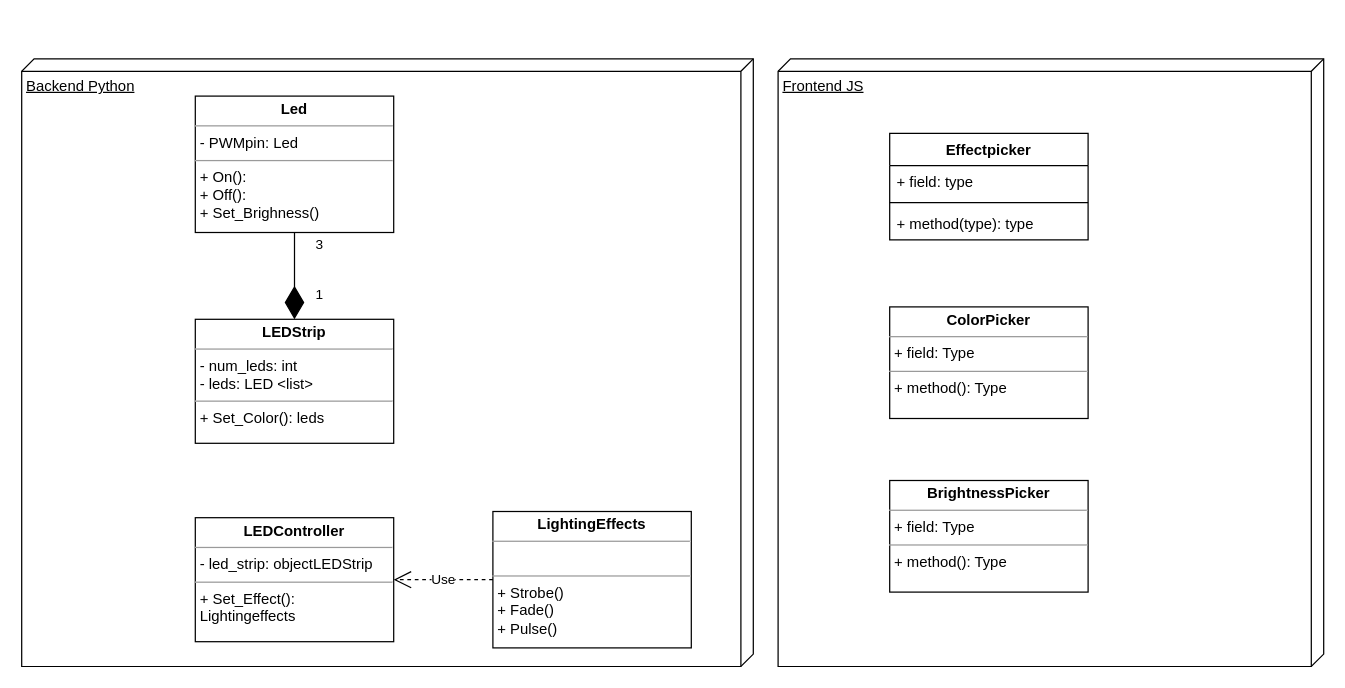
Above: uml_diagrams/Untitled Diagram.drawio in Phaneron97/smartLedstrip (draw.io), before the change. Source tidied: cells renumbered, new cells numbered last; positions are measured from the earlier drawing's top-left corner, leaving out a move shared by most shapes. Both pictures are drawn from the tidied source at 124%, with x=0, y=0 at pixel (21, 58).
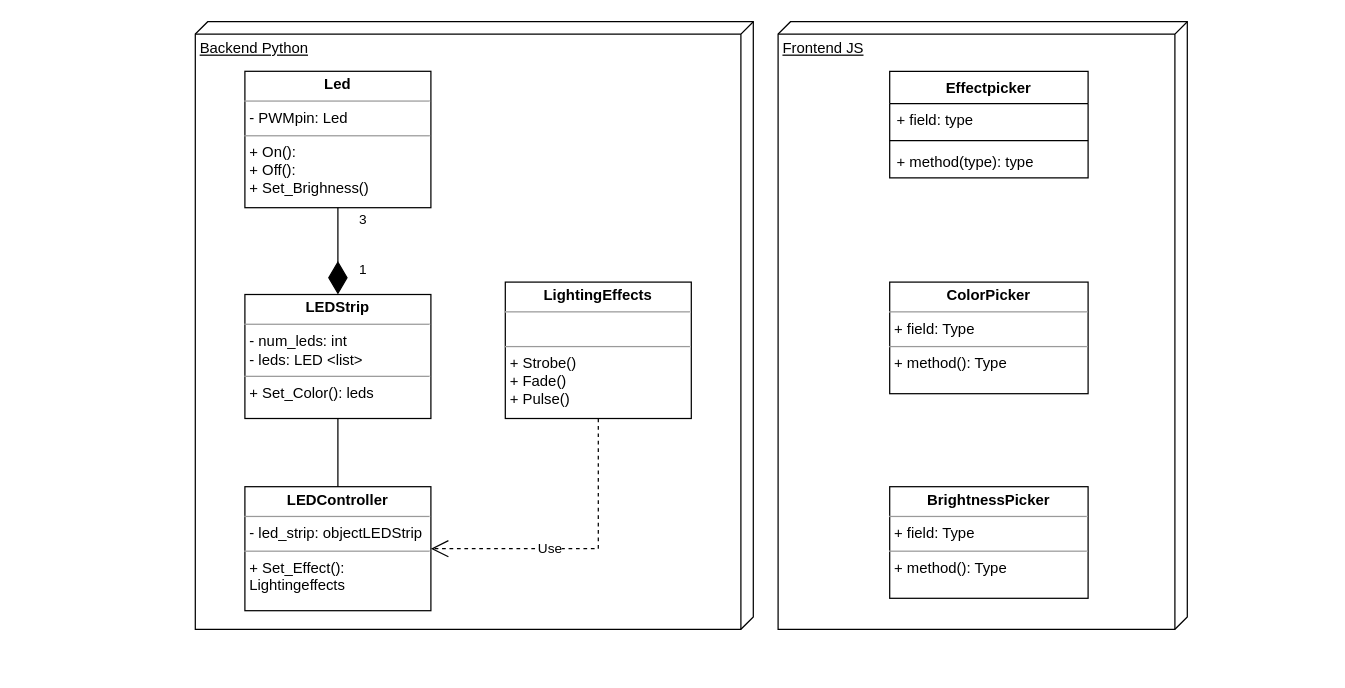
The same diagram, later.

Diff of the diagram source:
```diff
@@
 <mxGraphModel>
   <root>
     <mxCell id="0" />
     <mxCell id="1" parent="0" />
     <mxCell id="2" value="Frontend JS" style="verticalAlign=top;align=left;spacingTop=8;spacingLeft=2;spacingRight=12;shape=cube;size=10;direction=south;fontStyle=4;html=1;whiteSpace=wrap;" parent="1" vertex="1">
-      <mxGeometry x="610" width="440" height="490" as="geometry" />
+      <mxGeometry x="610" y="-30" width="330" height="490" as="geometry" />
     </mxCell>
     <mxCell id="3" value="Backend Python" style="verticalAlign=top;align=left;spacingTop=8;spacingLeft=2;spacingRight=12;shape=cube;size=10;direction=south;fontStyle=4;html=1;whiteSpace=wrap;" parent="1" vertex="1">
-      <mxGeometry width="590" height="490" as="geometry" />
+      <mxGeometry x="140" y="-30" width="450" height="490" as="geometry" />
     </mxCell>
     <mxCell id="4" value="&lt;p style=&quot;margin:0px;margin-top:4px;text-align:center;&quot;&gt;&lt;b&gt;Led&lt;/b&gt;&lt;/p&gt;&lt;hr size=&quot;1&quot;&gt;&lt;p style=&quot;margin:0px;margin-left:4px;&quot;&gt;- PWMpin: Led&lt;br&gt;&lt;/p&gt;&lt;hr size=&quot;1&quot;&gt;&lt;p style=&quot;margin:0px;margin-left:4px;&quot;&gt;+ On(): &lt;br&gt;&lt;/p&gt;&lt;p style=&quot;margin:0px;margin-left:4px;&quot;&gt;+ Off():&lt;/p&gt;&lt;p style=&quot;margin:0px;margin-left:4px;&quot;&gt;+ Set_Brighness()&lt;br&gt;&lt;/p&gt;" style="verticalAlign=top;align=left;overflow=fill;fontSize=12;fontFamily=Helvetica;html=1;whiteSpace=wrap;" parent="1" vertex="1">
-      <mxGeometry x="140" y="30" width="160" height="110" as="geometry" />
+      <mxGeometry x="180" y="10" width="150" height="110" as="geometry" />
     </mxCell>
     <mxCell id="5" value="&lt;p style=&quot;margin:0px;margin-top:4px;text-align:center;&quot;&gt;&lt;b&gt;LEDStrip&lt;/b&gt;&lt;/p&gt;&lt;hr size=&quot;1&quot;&gt;&lt;p style=&quot;margin:0px;margin-left:4px;&quot;&gt;- num_leds: int&lt;/p&gt;&lt;p style=&quot;margin:0px;margin-left:4px;&quot;&gt;- leds: LED &amp;lt;list&amp;gt;&lt;br&gt;&lt;/p&gt;&lt;hr size=&quot;1&quot;&gt;&lt;p style=&quot;margin:0px;margin-left:4px;&quot;&gt;+ Set_Color(): leds&lt;br&gt;&lt;/p&gt;" style="verticalAlign=top;align=left;overflow=fill;fontSize=12;fontFamily=Helvetica;html=1;whiteSpace=wrap;" parent="1" vertex="1">
-      <mxGeometry x="140" y="210" width="160" height="100" as="geometry" />
+      <mxGeometry x="180" y="190" width="150" height="100" as="geometry" />
     </mxCell>
     <mxCell id="6" value="&lt;p style=&quot;margin:0px;margin-top:4px;text-align:center;&quot;&gt;&lt;b&gt;LEDController&lt;/b&gt;&lt;/p&gt;&lt;hr size=&quot;1&quot;&gt;&lt;p style=&quot;margin:0px;margin-left:4px;&quot;&gt;- led_strip: objectLEDStrip&lt;br&gt;&lt;/p&gt;&lt;hr size=&quot;1&quot;&gt;&lt;p style=&quot;margin:0px;margin-left:4px;&quot;&gt;+ Set_Effect(): Lightingeffects&lt;/p&gt;&lt;p style=&quot;margin:0px;margin-left:4px;&quot;&gt;&lt;br&gt;&lt;/p&gt;" style="verticalAlign=top;align=left;overflow=fill;fontSize=12;fontFamily=Helvetica;html=1;whiteSpace=wrap;" parent="1" vertex="1">
-      <mxGeometry x="140" y="370" width="160" height="100" as="geometry" />
+      <mxGeometry x="180" y="345" width="150" height="100" as="geometry" />
     </mxCell>
     <mxCell id="7" value="&lt;p style=&quot;margin:0px;margin-top:4px;text-align:center;&quot;&gt;&lt;b&gt;LightingEffects&lt;/b&gt;&lt;/p&gt;&lt;hr size=&quot;1&quot;&gt;&lt;p style=&quot;margin:0px;margin-left:4px;&quot;&gt;&lt;br&gt;&lt;/p&gt;&lt;hr size=&quot;1&quot;&gt;&lt;p style=&quot;margin:0px;margin-left:4px;&quot;&gt;+ Strobe()&lt;/p&gt;&lt;p style=&quot;margin:0px;margin-left:4px;&quot;&gt;+ Fade()&lt;/p&gt;&lt;p style=&quot;margin:0px;margin-left:4px;&quot;&gt;+ Pulse()&lt;br&gt;&lt;/p&gt;" style="verticalAlign=top;align=left;overflow=fill;fontSize=12;fontFamily=Helvetica;html=1;whiteSpace=wrap;" parent="1" vertex="1">
-      <mxGeometry x="380" y="365" width="160" height="110" as="geometry" />
+      <mxGeometry x="390" y="180" width="150" height="110" as="geometry" />
     </mxCell>
     <mxCell id="8" value="&lt;div&gt;3&lt;/div&gt;&lt;div&gt;&lt;br&gt;&lt;/div&gt;&lt;div&gt;&lt;br&gt;&lt;/div&gt;&lt;div&gt;1&lt;br&gt;&lt;/div&gt;" style="endArrow=diamondThin;endFill=1;endSize=24;html=1;rounded=0;entryX=0.5;entryY=0;entryDx=0;entryDy=0;exitX=0.5;exitY=1;exitDx=0;exitDy=0;" parent="1" edge="1" source="4" target="5">
       <mxGeometry x="-0.14" y="20" relative="1" as="geometry" />
     </mxCell>
-    <mxCell id="9" value="Use" style="endArrow=open;endSize=12;dashed=1;html=1;rounded=0;exitX=0;exitY=0.5;exitDx=0;exitDy=0;entryX=1;entryY=0.5;entryDx=0;entryDy=0;" parent="1" edge="1" source="7" target="6">
-      <mxGeometry relative="1" as="geometry" />
-    </mxCell>
     <mxCell id="10" value="Effectpicker" style="swimlane;fontStyle=1;align=center;verticalAlign=top;horizontal=1;startSize=26;whiteSpace=wrap;html=1;" parent="1" vertex="1">
-      <mxGeometry x="700" y="60" width="160" height="86" as="geometry" />
+      <mxGeometry x="700" y="10" width="160" height="86" as="geometry" />
     </mxCell>
     <mxCell id="11" value="+ field: type" style="text;strokeColor=none;fillColor=none;align=left;verticalAlign=top;spacingLeft=4;spacingRight=4;overflow=hidden;whiteSpace=wrap;html=1;" parent="10" vertex="1">
       <mxGeometry y="26" width="160" height="26" as="geometry" />
     </mxCell>
     <mxCell id="12" style="line;strokeWidth=1;fillColor=none;align=left;verticalAlign=middle;spacingTop=-1;spacingLeft=3;spacingRight=3;labelPosition=right;strokeColor=inherit;" parent="10" vertex="1">
       <mxGeometry y="52" width="160" height="8" as="geometry" />
     </mxCell>
     <mxCell id="13" value="+ method(type): type" style="text;strokeColor=none;fillColor=none;align=left;verticalAlign=top;spacingLeft=4;spacingRight=4;overflow=hidden;whiteSpace=wrap;html=1;" parent="10" vertex="1">
       <mxGeometry y="60" width="160" height="26" as="geometry" />
     </mxCell>
     <mxCell id="14" value="&lt;p style=&quot;margin:0px;margin-top:4px;text-align:center;&quot;&gt;&lt;b&gt;ColorPicker&lt;/b&gt;&lt;/p&gt;&lt;hr size=&quot;1&quot;&gt;&lt;p style=&quot;margin:0px;margin-left:4px;&quot;&gt;+ field: Type&lt;/p&gt;&lt;hr size=&quot;1&quot;&gt;&lt;p style=&quot;margin:0px;margin-left:4px;&quot;&gt;+ method(): Type&lt;/p&gt;" style="verticalAlign=top;align=left;overflow=fill;fontSize=12;fontFamily=Helvetica;html=1;whiteSpace=wrap;" parent="1" vertex="1">
-      <mxGeometry x="700" y="200" width="160" height="90" as="geometry" />
+      <mxGeometry x="700" y="180" width="160" height="90" as="geometry" />
     </mxCell>
     <mxCell id="15" value="&lt;p style=&quot;margin:0px;margin-top:4px;text-align:center;&quot;&gt;&lt;b&gt;BrightnessPicker&lt;/b&gt;&lt;/p&gt;&lt;hr size=&quot;1&quot;&gt;&lt;p style=&quot;margin:0px;margin-left:4px;&quot;&gt;+ field: Type&lt;/p&gt;&lt;hr size=&quot;1&quot;&gt;&lt;p style=&quot;margin:0px;margin-left:4px;&quot;&gt;+ method(): Type&lt;/p&gt;" style="verticalAlign=top;align=left;overflow=fill;fontSize=12;fontFamily=Helvetica;html=1;whiteSpace=wrap;" parent="1" vertex="1">
-      <mxGeometry x="700" y="340" width="160" height="90" as="geometry" />
+      <mxGeometry x="700" y="345" width="160" height="90" as="geometry" />
     </mxCell>
+    <mxCell id="16" style="endArrow=none;html=1;rounded=0;exitX=0.5;exitY=1;exitDx=0;exitDy=0;entryX=0.5;entryY=0;entryDx=0;entryDy=0;" parent="1" edge="1" source="5" target="6">
+      <mxGeometry relative="1" as="geometry" />
+    </mxCell>
+    <mxCell id="9" value="Use" style="endArrow=open;endSize=12;dashed=1;html=1;rounded=0;exitX=0.5;exitY=1;exitDx=0;exitDy=0;entryX=1;entryY=0.5;entryDx=0;entryDy=0;" parent="1" edge="1" source="7" target="6">
+      <mxGeometry x="0.2" relative="1" as="geometry">
+        <Array as="points">
+          <mxPoint x="465" y="395" />
+        </Array>
+      </mxGeometry>
+    </mxCell>
   </root>
 </mxGraphModel>
```
